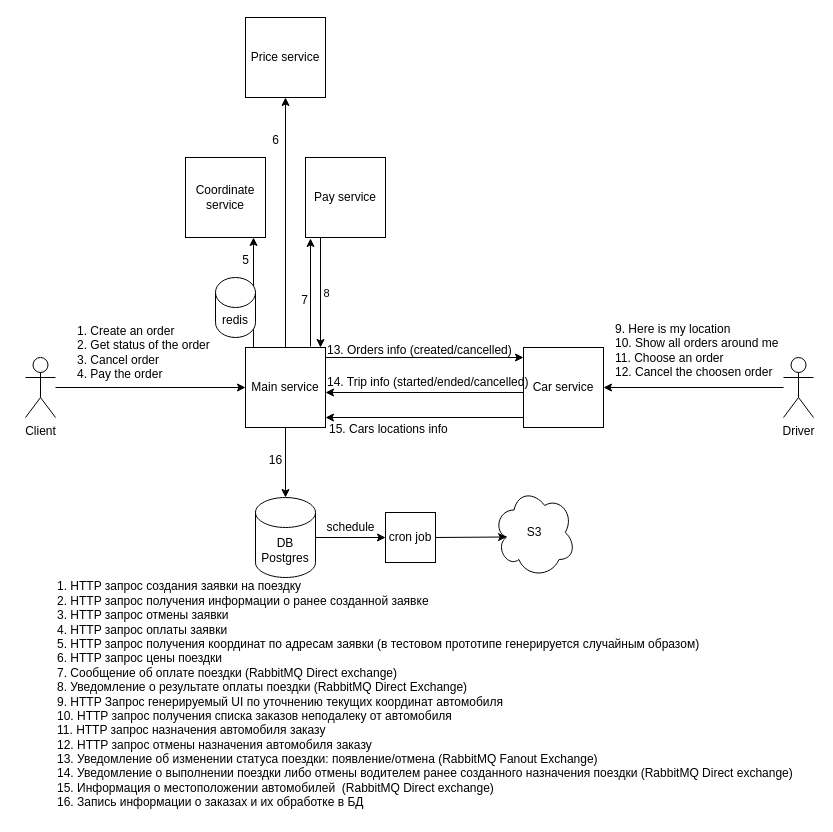
Before: Architecture.drawio in slava-polushin/python_advanced_1, a draw.io diagram. Source tidied: cells renumbered, new cells numbered last; positions are measured from the earlier drawing's top-left corner, leaving out a move shared by most shapes. Both pictures are drawn from the tidied source at 100%, with x=0, y=0 at pixel (25, 17).
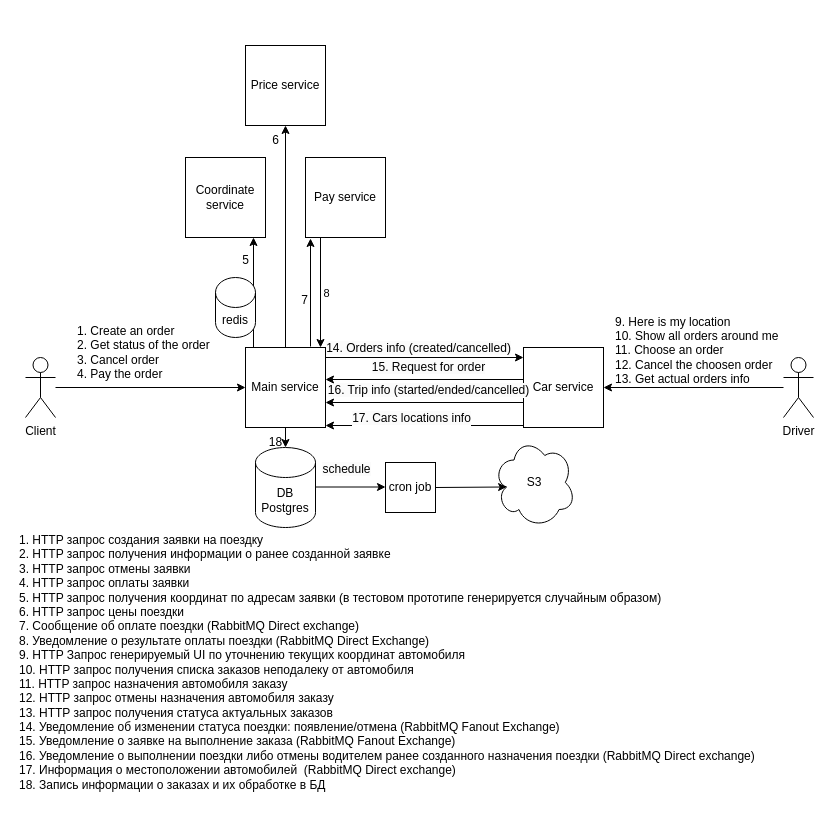
After the change.

The change refers to these unchanged cells:
```xml
<mxCell id="22" style="endArrow=classic;html=1;rounded=0;entryX=0;entryY=0.5;entryDx=0;entryDy=0;exitX=1;exitY=0.5;exitDx=0;exitDy=0;" parent="1" edge="1">
  <mxGeometry relative="1" as="geometry">
    <mxPoint x="300" y="340" as="sourcePoint" />
    <mxPoint x="498" y="340" as="targetPoint" />
  </mxGeometry>
</mxCell>
```

Change to the diagram source:
```diff
@@
     <mxCell id="7" value="Price service" style="whiteSpace=wrap;html=1;" parent="1" vertex="1">
-      <mxGeometry x="220" width="80" height="80" as="geometry" />
+      <mxGeometry x="220" y="28" width="80" height="80" as="geometry" />
     </mxCell>
@@
-    <mxCell id="18" value="9. Here is my location&lt;div&gt;10. Show all orders around me&lt;/div&gt;&lt;div&gt;11. Choose an order&lt;/div&gt;&lt;div&gt;12. Cancel the choosen order&lt;/div&gt;" style="text;html=1;align=left;verticalAlign=middle;strokeColor=none;fillColor=none;" parent="1" vertex="1">
-      <mxGeometry x="588" y="298" width="190" height="70" as="geometry" />
+    <mxCell id="18" value="9. Here is my location&lt;div&gt;10. Show all orders around me&lt;/div&gt;&lt;div&gt;11. Choose an order&lt;/div&gt;&lt;div&gt;12. Cancel the choosen order&lt;/div&gt;&lt;div&gt;13. Get actual orders info&lt;/div&gt;" style="text;html=1;align=left;verticalAlign=middle;strokeColor=none;fillColor=none;" parent="1" vertex="1">
+      <mxGeometry x="588" y="288" width="190" height="90" as="geometry" />
     </mxCell>
@@
-    <mxCell id="23" value="13. Orders info (created/cancelled)" style="text;html=1;align=left;verticalAlign=middle;strokeColor=none;fillColor=none;" parent="1" vertex="1">
-      <mxGeometry x="300" y="318" width="210" height="30" as="geometry" />
-    </mxCell>
+    <mxCell id="37" value="&lt;span style=&quot;font-size: 12px; text-align: left; background-color: rgb(251, 251, 251);&quot;&gt;14. Orders info (created/cancelled)&lt;/span&gt;" style="edgeLabel;html=1;align=center;verticalAlign=middle;" parent="22" vertex="1">
+      <mxGeometry x="0.05" y="3" relative="1" as="geometry">
+        <mxPoint x="-12" y="-7" as="offset" />
+      </mxGeometry>
+    </mxCell>
     <mxCell id="24" style="endArrow=classic;html=1;rounded=0;exitX=0;exitY=0.75;exitDx=0;exitDy=0;entryX=1;entryY=0.75;entryDx=0;entryDy=0;" parent="1" edge="1">
       <mxGeometry relative="1" as="geometry">
-        <mxPoint x="498" y="375" as="sourcePoint" />
-        <mxPoint x="300" y="375" as="targetPoint" />
+        <mxPoint x="498" y="385" as="sourcePoint" />
+        <mxPoint x="300" y="385" as="targetPoint" />
       </mxGeometry>
     </mxCell>
-    <mxCell id="25" value="14. Trip info (started/ended/cancelled)" style="text;html=1;align=left;verticalAlign=middle;strokeColor=none;fillColor=none;" parent="1" vertex="1">
-      <mxGeometry x="300" y="350" width="220" height="30" as="geometry" />
-    </mxCell>
+    <mxCell id="38" value="&lt;span style=&quot;font-size: 12px; text-align: left; background-color: rgb(251, 251, 251);&quot;&gt;16. Trip info (started/ended/cancelled)&lt;/span&gt;" style="edgeLabel;html=1;align=center;verticalAlign=middle;" parent="24" vertex="1">
+      <mxGeometry x="-0.18" y="1" relative="1" as="geometry">
+        <mxPoint x="-15" y="-14" as="offset" />
+      </mxGeometry>
+    </mxCell>
     <mxCell id="26" value="DB Postgres" style="shape=cylinder3;whiteSpace=wrap;html=1;boundedLbl=1;backgroundOutline=1;size=15;" parent="1" vertex="1">
-      <mxGeometry x="230" y="480" width="60" height="80" as="geometry" />
+      <mxGeometry x="230" y="430" width="60" height="80" as="geometry" />
     </mxCell>
@@
-    <mxCell id="28" value="16" style="text;html=1;align=center;verticalAlign=middle;strokeColor=none;fillColor=none;" parent="1" vertex="1">
-      <mxGeometry x="230" y="428" width="40" height="30" as="geometry" />
+    <mxCell id="28" value="18" style="text;html=1;align=center;verticalAlign=middle;strokeColor=none;fillColor=none;" parent="1" vertex="1">
+      <mxGeometry x="230" y="410" width="40" height="30" as="geometry" />
     </mxCell>
     <mxCell id="29" value="cron job" style="whiteSpace=wrap;html=1;" parent="1" vertex="1">
-      <mxGeometry x="360" y="495" width="50" height="50" as="geometry" />
+      <mxGeometry x="360" y="445" width="50" height="50" as="geometry" />
     </mxCell>
-    <mxCell id="30" style="endArrow=classic;html=1;rounded=0;entryX=0;entryY=0.5;entryDx=0;entryDy=0;exitX=1;exitY=0.5;exitDx=0;exitDy=0;exitPerimeter=0;" parent="1" edge="1" source="26" target="29">
-      <mxGeometry relative="1" as="geometry" />
+    <mxCell id="30" style="endArrow=classic;html=1;rounded=0;entryX=0;entryY=0.5;entryDx=0;entryDy=0;exitX=1;exitY=0.5;exitDx=0;exitDy=0;exitPerimeter=0;" parent="1" edge="1">
+      <mxGeometry relative="1" as="geometry">
+        <mxPoint x="290" y="469.5" as="sourcePoint" />
+        <mxPoint x="360" y="469.5" as="targetPoint" />
+      </mxGeometry>
     </mxCell>
-    <mxCell id="31" value="schedule" style="text;html=1;align=center;verticalAlign=middle;strokeColor=none;fillColor=none;" parent="1" vertex="1">
-      <mxGeometry x="290" y="495" width="70" height="30" as="geometry" />
+    <mxCell id="31" value="&lt;span style=&quot;font-size: 12px; background-color: rgb(251, 251, 251);&quot;&gt;schedule&lt;/span&gt;" style="edgeLabel;html=1;align=center;verticalAlign=middle;" parent="30" vertex="1">
+      <mxGeometry x="-0.2" y="2" relative="1" as="geometry">
+        <mxPoint x="2" y="-16" as="offset" />
+      </mxGeometry>
     </mxCell>
     <mxCell id="32" value="S3" style="shape=cloud;whiteSpace=wrap;html=1;" parent="1" vertex="1">
-      <mxGeometry x="468" y="470" width="82" height="90" as="geometry" />
+      <mxGeometry x="468" y="420" width="82" height="90" as="geometry" />
     </mxCell>
@@
-    <mxCell id="34" value="1. HTTP запрос создания заявки на поездку&lt;br&gt;2. HTTP запрос получения информации о ранее созданной заявке&lt;br&gt;3. HTTP запрос отмены заявки&lt;br&gt;4. HTTP запрос оплаты заявки&lt;br&gt;5. HTTP запрос получения координат по адресам заявки (в тестовом прототипе генерируется случайным образом)&lt;br&gt;6. HTTP запрос цены поездки&lt;br&gt;7. Сообщение об оплате поездки (RabbitMQ Direct exchange)&lt;br&gt;8. Уведомление о результате оплаты поездки (RabbitMQ Direct&amp;nbsp;Exchange)&lt;br&gt;9. HTTP Запрос генерируемый UI по уточнению текущих координат автомобиля&lt;br&gt;10. HTTP запрос получения списка заказов неподалеку от автомобиля&lt;br&gt;11. HTTP запрос назначения автомобиля заказу&lt;br&gt;12. HTTP запрос отмены назначения автомобиля заказу&lt;br&gt;13. Уведомление об изменении статуса поездки: появление/отмена (RabbitMQ Fanout Exchange)&lt;br&gt;14. Уведомление о выполнении поездки&amp;nbsp;либо отмены водителем ранее созданного назначения поездки (RabbitMQ Direct exchange)&lt;br&gt;15. Информация о местоположении автомобилей&amp;nbsp;&amp;nbsp;(RabbitMQ Direct exchange)&lt;br&gt;16. Запись информации о заказах и их обработке в БД" style="text;html=1;align=left;verticalAlign=middle;strokeColor=none;fillColor=none;" parent="1" vertex="1">
-      <mxGeometry x="30" y="557" width="760" height="240" as="geometry" />
+    <mxCell id="34" value="1. HTTP запрос создания заявки на поездку&lt;br&gt;2. HTTP запрос получения информации о ранее созданной заявке&lt;br&gt;3. HTTP запрос отмены заявки&lt;br&gt;4. HTTP запрос оплаты заявки&lt;br&gt;5. HTTP запрос получения координат по адресам заявки (в тестовом прототипе генерируется случайным образом)&lt;br&gt;6. HTTP запрос цены поездки&lt;br&gt;7. Сообщение об оплате поездки (RabbitMQ Direct exchange)&lt;br&gt;8. Уведомление о результате оплаты поездки (RabbitMQ Direct&amp;nbsp;Exchange)&lt;br&gt;9. HTTP Запрос генерируемый UI по уточнению текущих координат автомобиля&lt;br&gt;10. HTTP запрос получения списка заказов неподалеку от автомобиля&lt;br&gt;11. HTTP запрос назначения автомобиля заказу&lt;br&gt;12. HTTP запрос отмены назначения автомобиля заказу&lt;div&gt;13.&lt;span style=&quot;background-color: initial;&quot;&gt;&amp;nbsp;&lt;/span&gt;&lt;span style=&quot;background-color: initial;&quot;&gt;HTTP запрос получения статуса актуальных заказов&lt;/span&gt;&lt;span style=&quot;background-color: initial;&quot;&gt;&amp;nbsp;&lt;/span&gt;&lt;/div&gt;&lt;div&gt;14. Уведомление об изменении статуса поездки: появление/отмена (RabbitMQ Fanout Exchange)&lt;br&gt;15. Уведомление о заявке на выполнение заказа&amp;nbsp;&lt;span style=&quot;background-color: initial;&quot;&gt;(RabbitMQ Fanout Exchange)&lt;/span&gt;&lt;/div&gt;&lt;div&gt;16. Уведомление о выполнении поездки&amp;nbsp;либо отмены водителем ранее созданного назначения поездки (RabbitMQ Direct exchange)&lt;br&gt;17. Информация о местоположении автомобилей&amp;nbsp;&amp;nbsp;(RabbitMQ Direct exchange)&lt;br&gt;18. Запись информации о заказах и их обработке в БД&lt;/div&gt;" style="text;html=1;align=left;verticalAlign=middle;strokeColor=none;fillColor=none;" parent="1" vertex="1">
+      <mxGeometry x="-8" y="510" width="760" height="270" as="geometry" />
     </mxCell>
     <mxCell id="35" style="endArrow=classic;html=1;entryX=1;entryY=1;entryDx=0;entryDy=0;exitX=0;exitY=1;exitDx=0;exitDy=0;" parent="1" edge="1">
       <mxGeometry relative="1" as="geometry">
-        <mxPoint x="498" y="400" as="sourcePoint" />
-        <mxPoint x="300" y="400" as="targetPoint" />
+        <mxPoint x="498" y="408" as="sourcePoint" />
+        <mxPoint x="300" y="408" as="targetPoint" />
       </mxGeometry>
     </mxCell>
-    <mxCell id="36" value="15. Cars locations info" style="text;html=1;align=left;verticalAlign=middle;strokeColor=none;fillColor=none;" parent="1" vertex="1">
-      <mxGeometry x="302" y="397" width="140" height="30" as="geometry" />
-    </mxCell>
+    <mxCell id="39" value="&lt;span style=&quot;font-size: 12px; text-align: left; background-color: rgb(251, 251, 251);&quot;&gt;17. Cars locations info&lt;/span&gt;" style="edgeLabel;html=1;align=center;verticalAlign=middle;" parent="35" vertex="1">
+      <mxGeometry x="-0.83" y="-2" relative="1" as="geometry">
+        <mxPoint x="-96" y="-6" as="offset" />
+      </mxGeometry>
+    </mxCell>
+    <mxCell id="40" style="endArrow=classic;html=1;rounded=0;exitX=0;exitY=0.75;exitDx=0;exitDy=0;entryX=1;entryY=0.75;entryDx=0;entryDy=0;" parent="1" edge="1">
+      <mxGeometry relative="1" as="geometry">
+        <mxPoint x="498" y="362" as="sourcePoint" />
+        <mxPoint x="300" y="362" as="targetPoint" />
+      </mxGeometry>
+    </mxCell>
+    <mxCell id="41" value="&lt;span style=&quot;font-size: 12px; text-align: left; background-color: rgb(251, 251, 251);&quot;&gt;15. Request for order&lt;/span&gt;" style="edgeLabel;html=1;align=center;verticalAlign=middle;" parent="40" vertex="1">
+      <mxGeometry x="-0.18" y="1" relative="1" as="geometry">
+        <mxPoint x="-15" y="-14" as="offset" />
+      </mxGeometry>
+    </mxCell>
```
